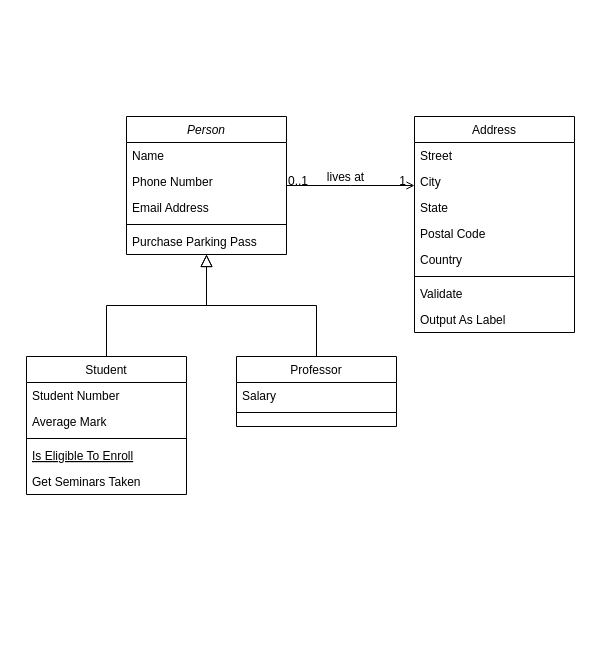
This is Class-Diagram-Perpus-Digital.drawio from Melanisiti/perpus-digital, a draw.io file, before an edit. Source tidied: cells renumbered, new cells numbered last; positions are measured from the earlier drawing's top-left corner, leaving out a move shared by most shapes. Both pictures are drawn from the tidied source at 100%, with x=0, y=0 at pixel (26, 116).
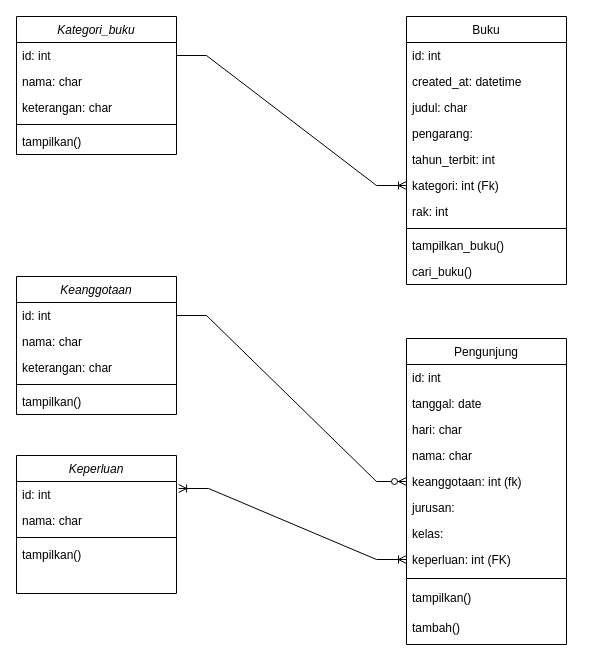
Above is the later version.

Change to the diagram source:
```diff
@@
-    <mxCell id="2" value="Person" style="swimlane;fontStyle=2;align=center;verticalAlign=top;horizontal=1;startSize=26;rounded=0;shadow=0;strokeWidth=1;" parent="1" vertex="1">
-      <mxGeometry x="100" width="160" height="138" as="geometry" />
+    <mxCell id="2" value="Kategori_buku" style="swimlane;fontStyle=2;align=center;verticalAlign=top;horizontal=1;startSize=26;rounded=0;shadow=0;strokeWidth=1;" parent="1" vertex="1">
+      <mxGeometry x="-10" y="-100" width="160" height="138" as="geometry" />
     </mxCell>
-    <mxCell id="3" value="Name" style="text;align=left;verticalAlign=top;spacingLeft=4;spacingRight=4;overflow=hidden;points=[[0,0.5],[1,0.5]];portConstraint=eastwest;" parent="2" vertex="1">
+    <mxCell id="3" value="id: int " style="text;align=left;verticalAlign=top;spacingLeft=4;spacingRight=4;overflow=hidden;points=[[0,0.5],[1,0.5]];portConstraint=eastwest;" parent="2" vertex="1">
       <mxGeometry y="26" width="160" height="26" as="geometry" />
     </mxCell>
-    <mxCell id="4" value="Phone Number" style="text;align=left;verticalAlign=top;spacingLeft=4;spacingRight=4;overflow=hidden;rounded=0;shadow=0;html=0;" parent="2" vertex="1">
+    <mxCell id="4" value="nama: char" style="text;align=left;verticalAlign=top;spacingLeft=4;spacingRight=4;overflow=hidden;rounded=0;shadow=0;html=0;" parent="2" vertex="1">
       <mxGeometry y="52" width="160" height="26" as="geometry" />
     </mxCell>
-    <mxCell id="5" value="Email Address" style="text;align=left;verticalAlign=top;spacingLeft=4;spacingRight=4;overflow=hidden;rounded=0;shadow=0;html=0;" parent="2" vertex="1">
+    <mxCell id="5" value="keterangan: char" style="text;align=left;verticalAlign=top;spacingLeft=4;spacingRight=4;overflow=hidden;rounded=0;shadow=0;html=0;" parent="2" vertex="1">
       <mxGeometry y="78" width="160" height="26" as="geometry" />
     </mxCell>
@@
-    <mxCell id="7" value="Purchase Parking Pass" style="text;align=left;verticalAlign=top;spacingLeft=4;spacingRight=4;overflow=hidden;" parent="2" vertex="1">
+    <mxCell id="7" value="tampilkan()" style="text;align=left;verticalAlign=top;spacingLeft=4;spacingRight=4;overflow=hidden;" parent="2" vertex="1">
       <mxGeometry y="112" width="160" height="26" as="geometry" />
     </mxCell>
-    <mxCell id="8" value="Student" style="swimlane;fontStyle=0;align=center;verticalAlign=top;horizontal=1;startSize=26;rounded=0;shadow=0;strokeWidth=1;" parent="1" vertex="1">
-      <mxGeometry y="240" width="160" height="138" as="geometry" />
+    <mxCell id="8" value="Pengunjung" style="swimlane;fontStyle=0;align=center;verticalAlign=top;horizontal=1;startSize=26;rounded=0;shadow=0;strokeWidth=1;" parent="1" vertex="1">
+      <mxGeometry x="380" y="222" width="160" height="306" as="geometry" />
     </mxCell>
-    <mxCell id="9" value="Student Number" style="text;align=left;verticalAlign=top;spacingLeft=4;spacingRight=4;overflow=hidden;" parent="8" vertex="1">
+    <mxCell id="9" value="id: int" style="text;align=left;verticalAlign=top;spacingLeft=4;spacingRight=4;overflow=hidden;" parent="8" vertex="1">
       <mxGeometry y="26" width="160" height="26" as="geometry" />
     </mxCell>
-    <mxCell id="10" value="Average Mark" style="text;align=left;verticalAlign=top;spacingLeft=4;spacingRight=4;overflow=hidden;rounded=0;shadow=0;html=0;" parent="8" vertex="1">
+    <mxCell id="10" value="tanggal: date" style="text;align=left;verticalAlign=top;spacingLeft=4;spacingRight=4;overflow=hidden;rounded=0;shadow=0;html=0;" parent="8" vertex="1">
       <mxGeometry y="52" width="160" height="26" as="geometry" />
     </mxCell>
+    <mxCell id="32" value="hari: char" style="text;align=left;verticalAlign=top;spacingLeft=4;spacingRight=4;overflow=hidden;rounded=0;shadow=0;html=0;" parent="8" vertex="1">
+      <mxGeometry y="78" width="160" height="26" as="geometry" />
+    </mxCell>
+    <mxCell id="33" value="nama: char" style="text;align=left;verticalAlign=top;spacingLeft=4;spacingRight=4;overflow=hidden;rounded=0;shadow=0;html=0;" parent="8" vertex="1">
+      <mxGeometry y="104" width="160" height="26" as="geometry" />
+    </mxCell>
+    <mxCell id="34" value="keanggotaan: int (fk)" style="text;align=left;verticalAlign=top;spacingLeft=4;spacingRight=4;overflow=hidden;points=[[0,0.5],[1,0.5]];portConstraint=eastwest;rounded=0;shadow=0;html=0;" parent="8" vertex="1">
+      <mxGeometry y="130" width="160" height="26" as="geometry" />
+    </mxCell>
+    <mxCell id="35" value="jurusan:" style="text;align=left;verticalAlign=top;spacingLeft=4;spacingRight=4;overflow=hidden;rounded=0;shadow=0;html=0;" parent="8" vertex="1">
+      <mxGeometry y="156" width="160" height="26" as="geometry" />
+    </mxCell>
+    <mxCell id="36" value="kelas:" style="text;align=left;verticalAlign=top;spacingLeft=4;spacingRight=4;overflow=hidden;rounded=0;shadow=0;html=0;" parent="8" vertex="1">
+      <mxGeometry y="182" width="160" height="26" as="geometry" />
+    </mxCell>
+    <mxCell id="37" value="keperluan: int (FK)" style="text;align=left;verticalAlign=top;spacingLeft=4;spacingRight=4;overflow=hidden;points=[[0,0.5],[1,0.5]];portConstraint=eastwest;rounded=0;shadow=0;html=0;" parent="8" vertex="1">
+      <mxGeometry y="208" width="160" height="26" as="geometry" />
+    </mxCell>
     <mxCell id="11" style="line;html=1;strokeWidth=1;align=left;verticalAlign=middle;spacingTop=-1;spacingLeft=3;spacingRight=3;labelPosition=right;" parent="8" vertex="1">
-      <mxGeometry y="78" width="160" height="8" as="geometry" />
+      <mxGeometry y="234" width="160" height="12" as="geometry" />
     </mxCell>
-    <mxCell id="12" value="Is Eligible To Enroll" style="text;align=left;verticalAlign=top;spacingLeft=4;spacingRight=4;overflow=hidden;fontStyle=4;" parent="8" vertex="1">
-      <mxGeometry y="86" width="160" height="26" as="geometry" />
-    </mxCell>
-    <mxCell id="13" value="Get Seminars Taken" style="text;align=left;verticalAlign=top;spacingLeft=4;spacingRight=4;overflow=hidden;" parent="8" vertex="1">
-      <mxGeometry y="112" width="160" height="26" as="geometry" />
+    <mxCell id="13" value="tampilkan()" style="text;align=left;verticalAlign=top;spacingLeft=4;spacingRight=4;overflow=hidden;" parent="8" vertex="1">
+      <mxGeometry y="246" width="160" height="30" as="geometry" />
     </mxCell>
-    <mxCell id="14" style="endArrow=block;endSize=10;endFill=0;shadow=0;strokeWidth=1;rounded=0;edgeStyle=elbowEdgeStyle;elbow=vertical;" parent="1" edge="1" source="8" target="2">
-      <mxGeometry relative="1" as="geometry" />
-    </mxCell>
-    <mxCell id="15" value="Professor" style="swimlane;fontStyle=0;align=center;verticalAlign=top;horizontal=1;startSize=26;rounded=0;shadow=0;strokeWidth=1;" parent="1" vertex="1">
-      <mxGeometry x="210" y="240" width="160" height="70" as="geometry" />
-    </mxCell>
-    <mxCell id="16" value="Salary" style="text;align=left;verticalAlign=top;spacingLeft=4;spacingRight=4;overflow=hidden;" parent="15" vertex="1">
-      <mxGeometry y="26" width="160" height="26" as="geometry" />
-    </mxCell>
-    <mxCell id="17" style="line;html=1;strokeWidth=1;align=left;verticalAlign=middle;spacingTop=-1;spacingLeft=3;spacingRight=3;labelPosition=right;" parent="15" vertex="1">
-      <mxGeometry y="52" width="160" height="8" as="geometry" />
-    </mxCell>
-    <mxCell id="18" style="endArrow=block;endSize=10;endFill=0;shadow=0;strokeWidth=1;rounded=0;edgeStyle=elbowEdgeStyle;elbow=vertical;" parent="1" edge="1" source="15" target="2">
-      <mxGeometry relative="1" as="geometry" />
-    </mxCell>
+    <mxCell id="38" value="tambah()" style="text;align=left;verticalAlign=top;spacingLeft=4;spacingRight=4;overflow=hidden;" parent="8" vertex="1">
+      <mxGeometry y="276" width="160" height="30" as="geometry" />
+    </mxCell>
-    <mxCell id="19" value="Address" style="swimlane;fontStyle=0;align=center;verticalAlign=top;horizontal=1;startSize=26;rounded=0;shadow=0;strokeWidth=1;" parent="1" vertex="1">
-      <mxGeometry x="388" width="160" height="216" as="geometry" />
+    <mxCell id="19" value="Buku" style="swimlane;fontStyle=0;align=center;verticalAlign=top;horizontal=1;startSize=26;rounded=0;shadow=0;strokeWidth=1;" parent="1" vertex="1">
+      <mxGeometry x="380" y="-100" width="160" height="268" as="geometry" />
     </mxCell>
-    <mxCell id="20" value="Street" style="text;align=left;verticalAlign=top;spacingLeft=4;spacingRight=4;overflow=hidden;" parent="19" vertex="1">
+    <mxCell id="20" value="id: int" style="text;align=left;verticalAlign=top;spacingLeft=4;spacingRight=4;overflow=hidden;" parent="19" vertex="1">
       <mxGeometry y="26" width="160" height="26" as="geometry" />
     </mxCell>
-    <mxCell id="21" value="City" style="text;align=left;verticalAlign=top;spacingLeft=4;spacingRight=4;overflow=hidden;rounded=0;shadow=0;html=0;" parent="19" vertex="1">
+    <mxCell id="21" value="created_at: datetime" style="text;align=left;verticalAlign=top;spacingLeft=4;spacingRight=4;overflow=hidden;rounded=0;shadow=0;html=0;" parent="19" vertex="1">
       <mxGeometry y="52" width="160" height="26" as="geometry" />
     </mxCell>
-    <mxCell id="22" value="State" style="text;align=left;verticalAlign=top;spacingLeft=4;spacingRight=4;overflow=hidden;rounded=0;shadow=0;html=0;" parent="19" vertex="1">
+    <mxCell id="22" value="judul: char" style="text;align=left;verticalAlign=top;spacingLeft=4;spacingRight=4;overflow=hidden;rounded=0;shadow=0;html=0;" parent="19" vertex="1">
       <mxGeometry y="78" width="160" height="26" as="geometry" />
     </mxCell>
-    <mxCell id="23" value="Postal Code" style="text;align=left;verticalAlign=top;spacingLeft=4;spacingRight=4;overflow=hidden;rounded=0;shadow=0;html=0;" parent="19" vertex="1">
+    <mxCell id="23" value="pengarang:" style="text;align=left;verticalAlign=top;spacingLeft=4;spacingRight=4;overflow=hidden;rounded=0;shadow=0;html=0;" parent="19" vertex="1">
       <mxGeometry y="104" width="160" height="26" as="geometry" />
     </mxCell>
-    <mxCell id="24" value="Country" style="text;align=left;verticalAlign=top;spacingLeft=4;spacingRight=4;overflow=hidden;rounded=0;shadow=0;html=0;" parent="19" vertex="1">
+    <mxCell id="24" value="tahun_terbit: int" style="text;align=left;verticalAlign=top;spacingLeft=4;spacingRight=4;overflow=hidden;rounded=0;shadow=0;html=0;" parent="19" vertex="1">
       <mxGeometry y="130" width="160" height="26" as="geometry" />
     </mxCell>
+    <mxCell id="39" value="kategori: int (Fk)" style="text;align=left;verticalAlign=top;spacingLeft=4;spacingRight=4;overflow=hidden;points=[[0,0.5],[1,0.5]];portConstraint=eastwest;rounded=0;shadow=0;html=0;" parent="19" vertex="1">
+      <mxGeometry y="156" width="160" height="26" as="geometry" />
+    </mxCell>
+    <mxCell id="40" value="rak: int" style="text;align=left;verticalAlign=top;spacingLeft=4;spacingRight=4;overflow=hidden;rounded=0;shadow=0;html=0;" parent="19" vertex="1">
+      <mxGeometry y="182" width="160" height="26" as="geometry" />
+    </mxCell>
     <mxCell id="25" style="line;html=1;strokeWidth=1;align=left;verticalAlign=middle;spacingTop=-1;spacingLeft=3;spacingRight=3;labelPosition=right;" parent="19" vertex="1">
-      <mxGeometry y="156" width="160" height="8" as="geometry" />
+      <mxGeometry y="208" width="160" height="8" as="geometry" />
     </mxCell>
-    <mxCell id="26" value="Validate" style="text;align=left;verticalAlign=top;spacingLeft=4;spacingRight=4;overflow=hidden;" parent="19" vertex="1">
-      <mxGeometry y="164" width="160" height="26" as="geometry" />
-    </mxCell>
-    <mxCell id="27" value="Output As Label" style="text;align=left;verticalAlign=top;spacingLeft=4;spacingRight=4;overflow=hidden;" parent="19" vertex="1">
-      <mxGeometry y="190" width="160" height="26" as="geometry" />
+    <mxCell id="27" value="tampilkan_buku()" style="text;align=left;verticalAlign=top;spacingLeft=4;spacingRight=4;overflow=hidden;" parent="19" vertex="1">
+      <mxGeometry y="216" width="160" height="26" as="geometry" />
     </mxCell>
-    <mxCell id="28" style="endArrow=open;shadow=0;strokeWidth=1;rounded=0;endFill=1;edgeStyle=elbowEdgeStyle;elbow=vertical;" parent="1" edge="1" source="2" target="19">
-      <mxGeometry x="0.5" y="41" relative="1" as="geometry">
-        <mxPoint x="-40" y="32" as="offset" />
-      </mxGeometry>
-    </mxCell>
-    <mxCell id="29" value="0..1" style="align=left;verticalAlign=bottom;labelBackgroundColor=none;fontSize=12;" parent="28" vertex="1">
-      <mxGeometry x="-1" relative="1" as="geometry">
-        <mxPoint y="4" as="offset" />
-      </mxGeometry>
-    </mxCell>
-    <mxCell id="30" value="1" style="align=right;verticalAlign=bottom;labelBackgroundColor=none;fontSize=12;" parent="28" vertex="1">
-      <mxGeometry x="1" relative="1" as="geometry">
-        <mxPoint x="-7" y="4" as="offset" />
-      </mxGeometry>
-    </mxCell>
-    <mxCell id="31" value="lives at" style="text;html=1;align=center;verticalAlign=middle;labelBackgroundColor=none;rounded=0;shadow=0;strokeWidth=1;fontSize=12;" parent="28" vertex="1">
-      <mxGeometry x="0.5" y="49" relative="1" as="geometry">
-        <mxPoint x="-38" y="40" as="offset" />
-      </mxGeometry>
-    </mxCell>
+    <mxCell id="41" value="cari_buku()" style="text;align=left;verticalAlign=top;spacingLeft=4;spacingRight=4;overflow=hidden;" parent="19" vertex="1">
+      <mxGeometry y="242" width="160" height="26" as="geometry" />
+    </mxCell>
+    <mxCell id="42" value="Keanggotaan" style="swimlane;fontStyle=2;align=center;verticalAlign=top;horizontal=1;startSize=26;rounded=0;shadow=0;strokeWidth=1;" parent="1" vertex="1">
+      <mxGeometry x="-10" y="160" width="160" height="138" as="geometry" />
+    </mxCell>
+    <mxCell id="43" value="id: int " style="text;align=left;verticalAlign=top;spacingLeft=4;spacingRight=4;overflow=hidden;points=[[0,0.5],[1,0.5]];portConstraint=eastwest;" parent="42" vertex="1">
+      <mxGeometry y="26" width="160" height="26" as="geometry" />
+    </mxCell>
+    <mxCell id="44" value="nama: char" style="text;align=left;verticalAlign=top;spacingLeft=4;spacingRight=4;overflow=hidden;rounded=0;shadow=0;html=0;" parent="42" vertex="1">
+      <mxGeometry y="52" width="160" height="26" as="geometry" />
+    </mxCell>
+    <mxCell id="45" value="keterangan: char" style="text;align=left;verticalAlign=top;spacingLeft=4;spacingRight=4;overflow=hidden;rounded=0;shadow=0;html=0;" parent="42" vertex="1">
+      <mxGeometry y="78" width="160" height="26" as="geometry" />
+    </mxCell>
+    <mxCell id="46" style="line;html=1;strokeWidth=1;align=left;verticalAlign=middle;spacingTop=-1;spacingLeft=3;spacingRight=3;labelPosition=right;" parent="42" vertex="1">
+      <mxGeometry y="104" width="160" height="8" as="geometry" />
+    </mxCell>
+    <mxCell id="47" value="tampilkan()" style="text;align=left;verticalAlign=top;spacingLeft=4;spacingRight=4;overflow=hidden;" parent="42" vertex="1">
+      <mxGeometry y="112" width="160" height="26" as="geometry" />
+    </mxCell>
+    <mxCell id="48" value="Keperluan" style="swimlane;fontStyle=2;align=center;verticalAlign=top;horizontal=1;startSize=26;rounded=0;shadow=0;strokeWidth=1;" parent="1" vertex="1">
+      <mxGeometry x="-10" y="339" width="160" height="138" as="geometry" />
+    </mxCell>
+    <mxCell id="49" value="id: int " style="text;align=left;verticalAlign=top;spacingLeft=4;spacingRight=4;overflow=hidden;points=[[0,0.5],[1,0.5]];portConstraint=eastwest;" parent="48" vertex="1">
+      <mxGeometry y="26" width="160" height="26" as="geometry" />
+    </mxCell>
+    <mxCell id="50" value="nama: char" style="text;align=left;verticalAlign=top;spacingLeft=4;spacingRight=4;overflow=hidden;rounded=0;shadow=0;html=0;" parent="48" vertex="1">
+      <mxGeometry y="52" width="160" height="26" as="geometry" />
+    </mxCell>
+    <mxCell id="51" style="line;html=1;strokeWidth=1;align=left;verticalAlign=middle;spacingTop=-1;spacingLeft=3;spacingRight=3;labelPosition=right;" parent="48" vertex="1">
+      <mxGeometry y="78" width="160" height="8" as="geometry" />
+    </mxCell>
+    <mxCell id="52" value="tampilkan()" style="text;align=left;verticalAlign=top;spacingLeft=4;spacingRight=4;overflow=hidden;" parent="48" vertex="1">
+      <mxGeometry y="86" width="160" height="26" as="geometry" />
+    </mxCell>
+    <mxCell id="53" style="edgeStyle=entityRelationEdgeStyle;fontSize=12;html=1;endArrow=ERzeroToMany;endFill=1;rounded=0;entryX=0;entryY=0.5;entryDx=0;entryDy=0;exitX=1;exitY=0.5;exitDx=0;exitDy=0;" parent="1" edge="1" source="43" target="34">
+      <mxGeometry relative="1" as="geometry">
+        <Array as="points">
+          <mxPoint x="160" y="230" />
+          <mxPoint x="200" y="250" />
+          <mxPoint x="200" y="240" />
+          <mxPoint x="200" y="250" />
+          <mxPoint x="190" y="220" />
+          <mxPoint x="200" y="250" />
+          <mxPoint x="220" y="250" />
+          <mxPoint x="190" y="250" />
+        </Array>
+      </mxGeometry>
+    </mxCell>
+    <mxCell id="54" style="edgeStyle=entityRelationEdgeStyle;fontSize=12;html=1;endArrow=ERoneToMany;startArrow=ERoneToMany;rounded=0;entryX=0;entryY=0.5;entryDx=0;entryDy=0;exitX=1.013;exitY=0.269;exitDx=0;exitDy=0;exitPerimeter=0;" parent="1" edge="1" source="49" target="37">
+      <mxGeometry relative="1" as="geometry">
+        <Array as="points">
+          <mxPoint x="260" y="420" />
+          <mxPoint x="260" y="440" />
+          <mxPoint x="260" y="450" />
+        </Array>
+      </mxGeometry>
+    </mxCell>
+    <mxCell id="55" style="edgeStyle=entityRelationEdgeStyle;fontSize=12;html=1;endArrow=ERoneToMany;rounded=0;entryX=0;entryY=0.5;entryDx=0;entryDy=0;exitX=1;exitY=0.5;exitDx=0;exitDy=0;" parent="1" edge="1" source="3" target="39">
+      <mxGeometry relative="1" as="geometry" />
+    </mxCell>
```
